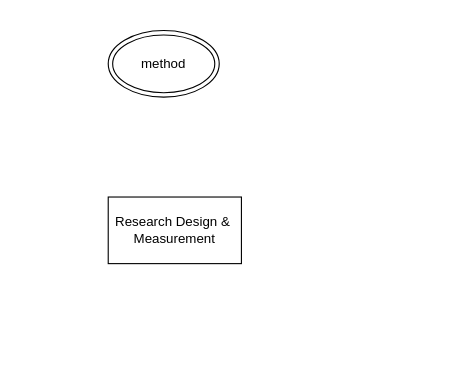
The draw.io diagram method.drawio in myokyunghan/drawio_for_qual, before the edit. Source tidied: cells renumbered, new cells numbered last; positions are measured from the earlier drawing's top-left corner, leaving out a move shared by most shapes. Both pictures are drawn from the tidied source at 111%, with x=0, y=0 at pixel (108, 30).
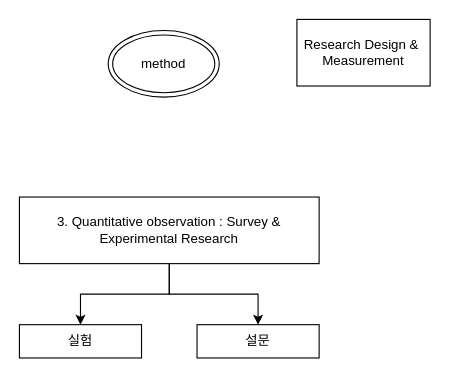
After the change.

The edit, as a diff of the source:
```diff
@@
 <mxGraphModel>
   <root>
     <mxCell id="0" />
     <mxCell id="1" parent="0" />
     <mxCell id="2" value="method" style="ellipse;shape=doubleEllipse;whiteSpace=wrap;html=1;" parent="1" vertex="1">
       <mxGeometry width="100" height="60" as="geometry" />
     </mxCell>
     <mxCell id="3" value="Research Design &amp;amp;&amp;nbsp;&lt;div&gt;Measurement&lt;/div&gt;" style="rounded=0;whiteSpace=wrap;html=1;" parent="1" vertex="1">
-      <mxGeometry y="150" width="120" height="60" as="geometry" />
+      <mxGeometry x="170" y="-10" width="120" height="60" as="geometry" />
     </mxCell>
+    <mxCell id="4" style="edgeStyle=orthogonalEdgeStyle;rounded=0;jettySize=auto;html=1;exitX=0.5;exitY=1;exitDx=0;exitDy=0;entryX=0.5;entryY=0;entryDx=0;entryDy=0;defaultLabelBackgroundColor=page;" parent="1" edge="1" source="6" target="7">
+      <mxGeometry relative="1" as="geometry" />
+    </mxCell>
+    <mxCell id="5" style="edgeStyle=orthogonalEdgeStyle;rounded=0;jettySize=auto;html=1;exitX=0.5;exitY=1;exitDx=0;exitDy=0;entryX=0.5;entryY=0;entryDx=0;entryDy=0;defaultLabelBackgroundColor=page;" parent="1" edge="1" source="6" target="8">
+      <mxGeometry relative="1" as="geometry" />
+    </mxCell>
+    <mxCell id="6" value="3. Quantitative observation : Survey &amp;amp; Experimental Research" style="rounded=0;whiteSpace=wrap;html=1;" parent="1" vertex="1">
+      <mxGeometry x="-80" y="150" width="270" height="60" as="geometry" />
+    </mxCell>
+    <mxCell id="7" value="실험" style="rounded=0;whiteSpace=wrap;html=1;" parent="1" vertex="1">
+      <mxGeometry x="-80" y="265" width="110" height="30" as="geometry" />
+    </mxCell>
+    <mxCell id="8" value="설문" style="rounded=0;whiteSpace=wrap;html=1;" parent="1" vertex="1">
+      <mxGeometry x="80" y="265" width="110" height="30" as="geometry" />
+    </mxCell>
   </root>
 </mxGraphModel>
```
